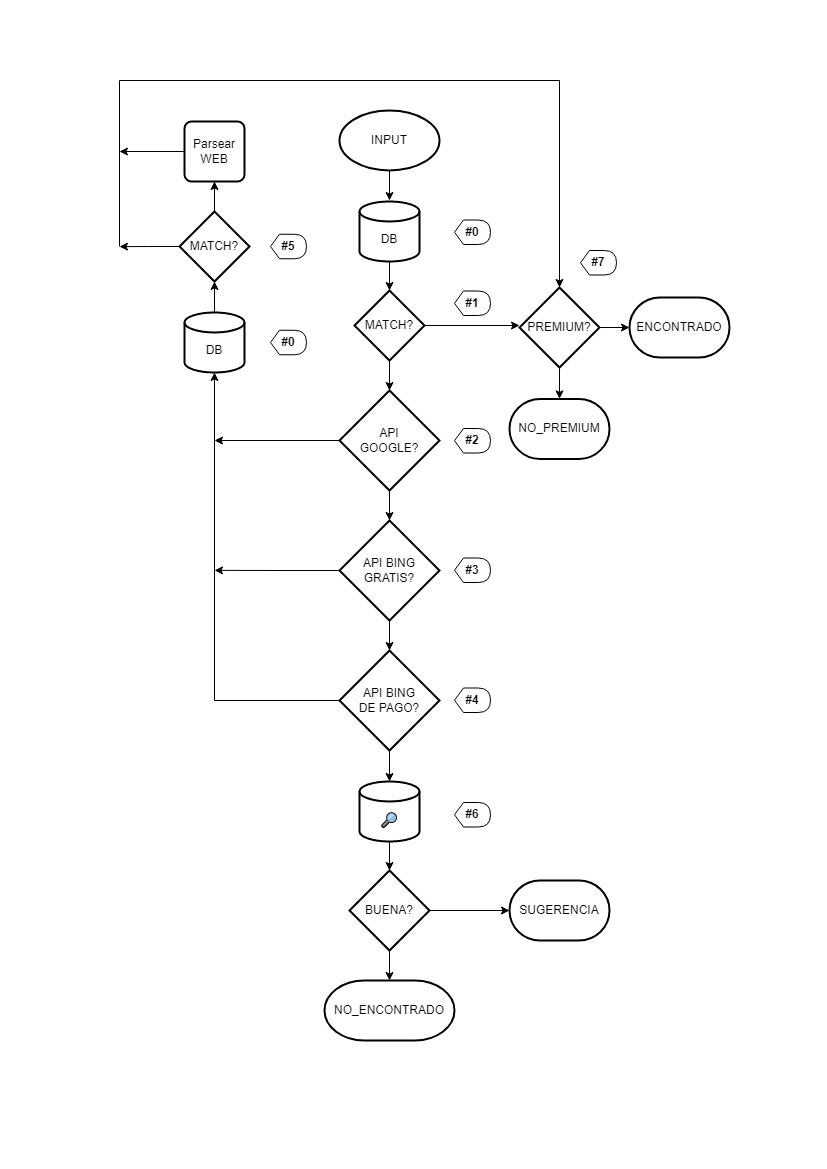
Above: doc/buscar.png in quimifyapp/api (draw.io), before the change. Source tidied: cells renumbered, new cells last; positions are measured from the earlier drawing's top-left corner, leaving out a move shared by most shapes.
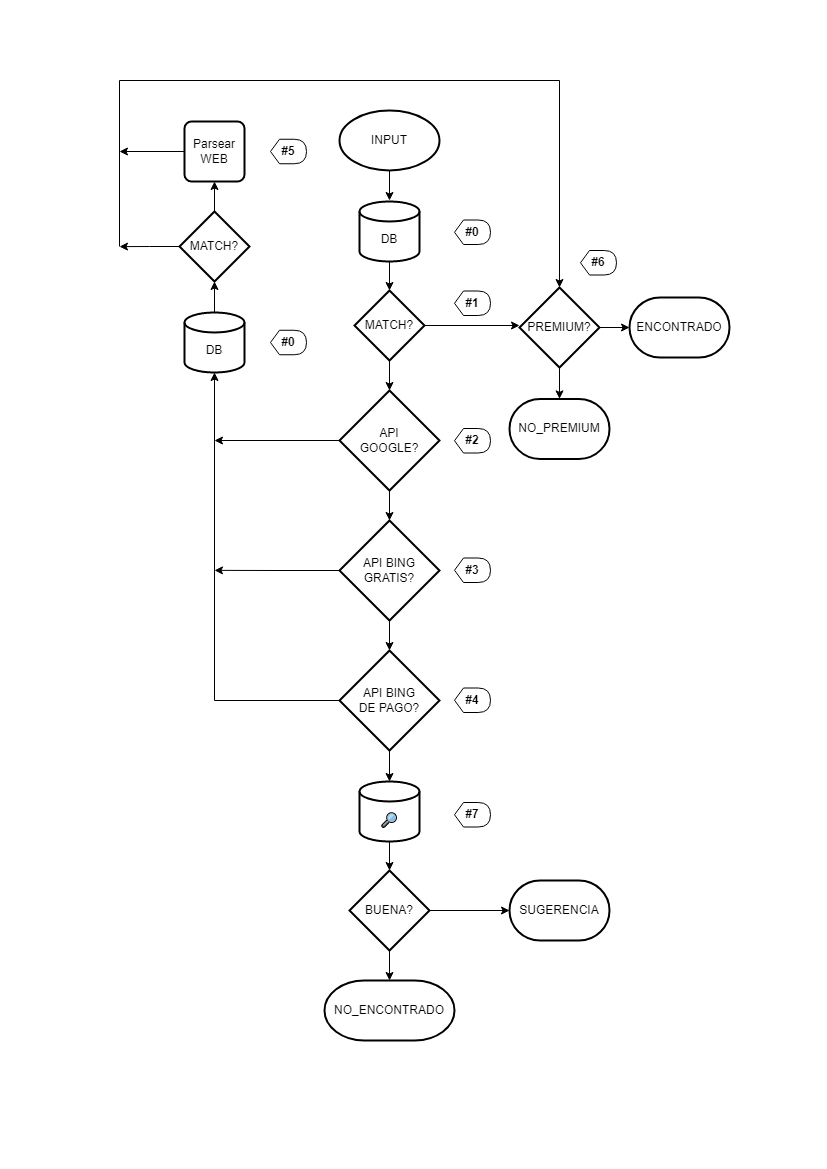
The same file after the commit.

Commit message:
Avances en buscar()

Change to the diagram source:
```diff
@@ -148,17 +148,17 @@
     <mxCell id="42" value="#4" style="shape=display;whiteSpace=wrap;html=1;fontStyle=1;" parent="1" vertex="1">
       <mxGeometry x="335" y="607.5" width="36" height="24.5" as="geometry" />
     </mxCell>
-    <mxCell id="43" value="#6" style="shape=display;whiteSpace=wrap;html=1;fontStyle=1;" parent="1" vertex="1">
+    <mxCell id="43" value="#7" style="shape=display;whiteSpace=wrap;html=1;fontStyle=1;" parent="1" vertex="1">
       <mxGeometry x="335" y="722" width="36" height="24.5" as="geometry" />
     </mxCell>
     <mxCell id="44" value="#0" style="shape=display;whiteSpace=wrap;html=1;fontStyle=1;" parent="1" vertex="1">
       <mxGeometry x="151" y="249.8" width="36" height="24.5" as="geometry" />
     </mxCell>
-    <mxCell id="45" value="#7" style="shape=display;whiteSpace=wrap;html=1;fontStyle=1;" parent="1" vertex="1">
+    <mxCell id="45" value="#6" style="shape=display;whiteSpace=wrap;html=1;fontStyle=1;" parent="1" vertex="1">
       <mxGeometry x="461" y="170" width="36" height="24.5" as="geometry" />
     </mxCell>
     <mxCell id="46" value="#5" style="shape=display;whiteSpace=wrap;html=1;fontStyle=1;" parent="1" vertex="1">
-      <mxGeometry x="151" y="153.8" width="36" height="24.5" as="geometry" />
+      <mxGeometry x="151" y="58.8" width="36" height="24.5" as="geometry" />
     </mxCell>
   </root>
 </mxGraphModel>
```
